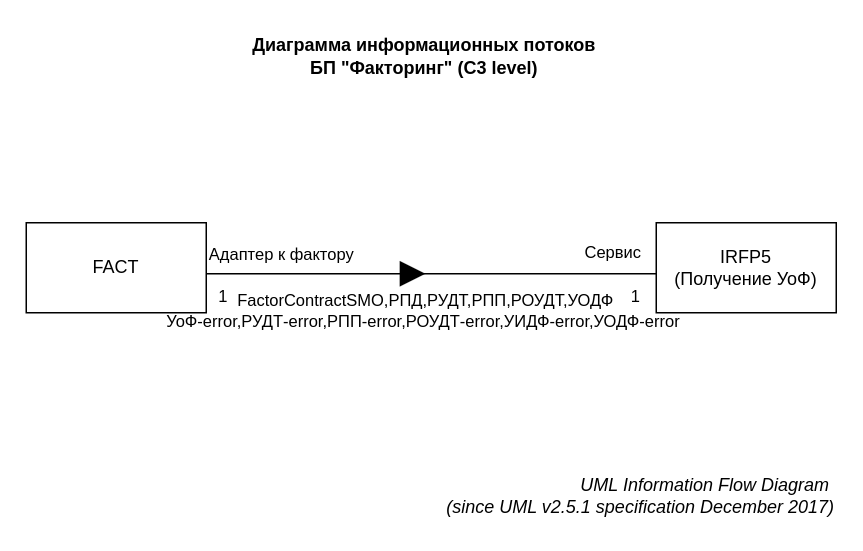
This is IFD_FACT_IRFP5.drawio from Tonop/X5, a draw.io file, before an edit. Source tidied: cells renumbered, new cells numbered last; positions are measured from the earlier drawing's top-left corner, leaving out a move shared by most shapes. Both pictures are drawn from the tidied source at 150%, with x=0, y=0 at pixel (26, 26).
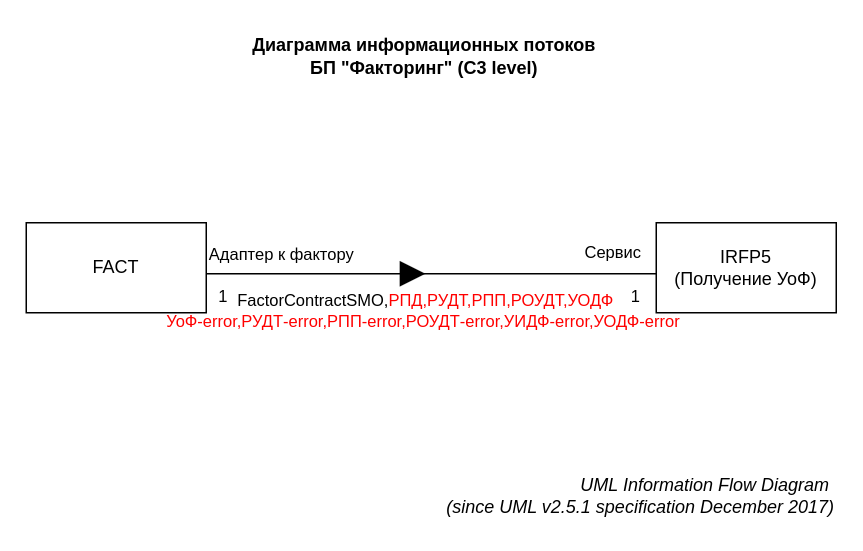
After the change.

The edit, as a diff of the source:
```diff
@@
 <mxGraphModel>
   <root>
     <mxCell id="0" />
     <mxCell id="1" parent="0" />
     <mxCell id="2" value="FACT" style="rounded=0;whiteSpace=wrap;html=1;" parent="1" vertex="1">
       <mxGeometry y="131" width="120" height="60" as="geometry" />
     </mxCell>
     <mxCell id="3" value="IRFP5&lt;br&gt;(Получение УоФ)" style="rounded=0;whiteSpace=wrap;html=1;" parent="1" vertex="1">
       <mxGeometry x="420" y="131" width="120" height="60" as="geometry" />
     </mxCell>
     <mxCell id="4" style="endArrow=block;html=1;rounded=0;strokeColor=default;startArrow=none;startFill=0;endFill=1;labelPosition=center;verticalLabelPosition=bottom;align=center;verticalAlign=top;flowAnimation=0;targetPerimeterSpacing=0;strokeWidth=0;endSize=17;sourcePerimeterSpacing=0;startSize=0;jumpStyle=none;jumpSize=0;" parent="1" edge="1">
       <mxGeometry relative="1" as="geometry">
         <mxPoint x="120" y="165" as="sourcePoint" />
         <mxPoint x="266" y="165" as="targetPoint" />
       </mxGeometry>
     </mxCell>
-    <mxCell id="5" value="FactorContractSMO,РПД,РУДТ,РПП,РОУДТ,УОДФ&lt;br&gt;УоФ-error,РУДТ-error,РПП-error,РОУДТ-error,УИДФ-error,УОДФ-error&amp;nbsp;" style="edgeLabel;html=1;align=center;verticalAlign=middle;labelPosition=left;verticalLabelPosition=middle;labelBackgroundColor=none;" parent="4" vertex="1">
+    <mxCell id="5" value="FactorContractSMO,&lt;font color=&quot;#ff0000&quot;&gt;РПД,РУДТ,РПП,РОУДТ,УОДФ&lt;br&gt;УоФ-error,РУДТ-error,РПП-error,РОУДТ-error,УИДФ-error,УОДФ-error&amp;nbsp;&lt;/font&gt;" style="edgeLabel;html=1;align=center;verticalAlign=middle;labelPosition=left;verticalLabelPosition=middle;labelBackgroundColor=none;" parent="4" vertex="1">
       <mxGeometry relative="1" as="geometry">
         <mxPoint x="72" y="24" as="offset" />
       </mxGeometry>
     </mxCell>
     <mxCell id="6" style="endArrow=none;html=1;rounded=0;entryX=0;entryY=0.25;entryDx=0;entryDy=0;exitX=1;exitY=0.25;exitDx=0;exitDy=0;fontColor=default;verticalAlign=middle;" parent="1" edge="1">
       <mxGeometry relative="1" as="geometry">
         <mxPoint x="120" y="165" as="sourcePoint" />
         <mxPoint x="420" y="165" as="targetPoint" />
       </mxGeometry>
     </mxCell>
     <mxCell id="7" value="1" style="edgeLabel;html=1;align=center;verticalAlign=bottom;" parent="6" vertex="1">
       <mxGeometry x="-0.93" y="1" relative="1" as="geometry">
         <mxPoint y="24" as="offset" />
       </mxGeometry>
     </mxCell>
     <mxCell id="8" value="1" style="edgeLabel;html=1;align=center;verticalAlign=bottom;" parent="6" vertex="1">
       <mxGeometry x="0.9" relative="1" as="geometry">
         <mxPoint y="23" as="offset" />
       </mxGeometry>
     </mxCell>
     <mxCell id="9" value="Адаптер к фактору" style="edgeLabel;html=1;align=center;verticalAlign=middle;labelBackgroundColor=none;" parent="6" vertex="1">
       <mxGeometry x="-0.89" y="1" relative="1" as="geometry">
         <mxPoint x="33" y="-13" as="offset" />
       </mxGeometry>
     </mxCell>
     <mxCell id="10" value="Диаграмма информационных потоков&lt;br&gt;БП &quot;Факторинг&quot; (С3 level)" style="text;html=1;align=center;verticalAlign=middle;strokeColor=none;fillColor=none;fontStyle=1;" parent="1" vertex="1">
       <mxGeometry x="140" width="250" height="40" as="geometry" />
     </mxCell>
     <mxCell id="11" value="&lt;i&gt;UML Information Flow Diagram&amp;nbsp;&lt;br&gt;(since UML v2.5.1 specification December 2017)&lt;/i&gt;" style="text;html=1;align=right;verticalAlign=middle;strokeColor=none;fillColor=none;" parent="1" vertex="1">
       <mxGeometry x="260" y="293" width="280" height="40" as="geometry" />
     </mxCell>
     <mxCell id="12" value="Сервис" style="edgeLabel;html=1;align=center;verticalAlign=middle;labelBorderColor=none;labelBackgroundColor=none;" parent="1" vertex="1">
       <mxGeometry x="390" y="150" as="geometry" />
     </mxCell>
   </root>
 </mxGraphModel>
```
